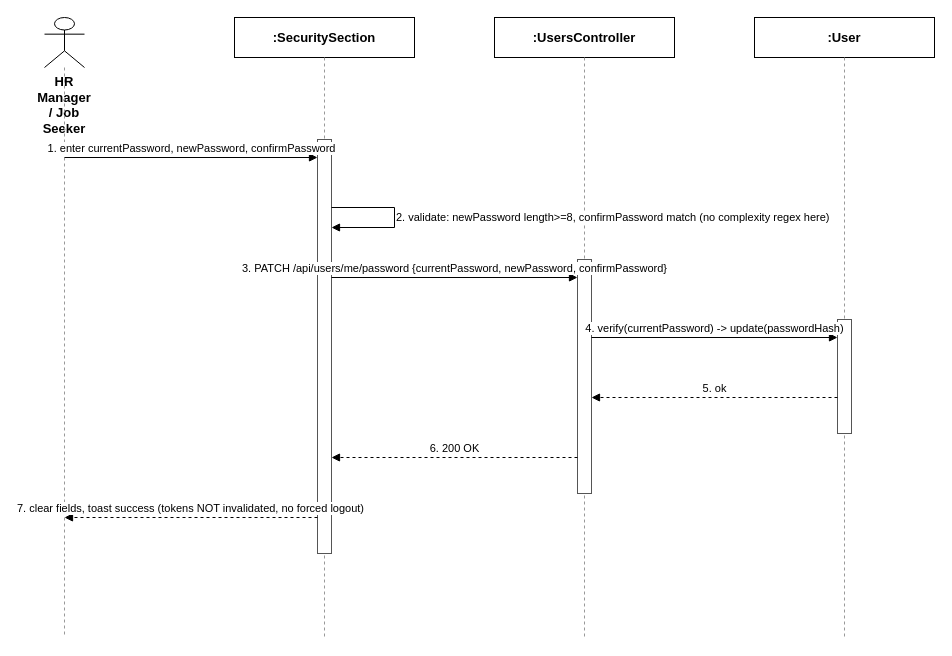
Earlier version of the draw.io diagram docs/qa/Hien_SequenceDiagram/3.2.3_Change_Password.drawio (tulklk/AI_Interview_Question_Generation_RAG_LLM_FE). Source tidied: cells renumbered, new cells numbered last; positions are measured from the earlier drawing's top-left corner, leaving out a move shared by most shapes. Both pictures are drawn from the tidied source at 100%, with x=0, y=0 at pixel (44, 17).
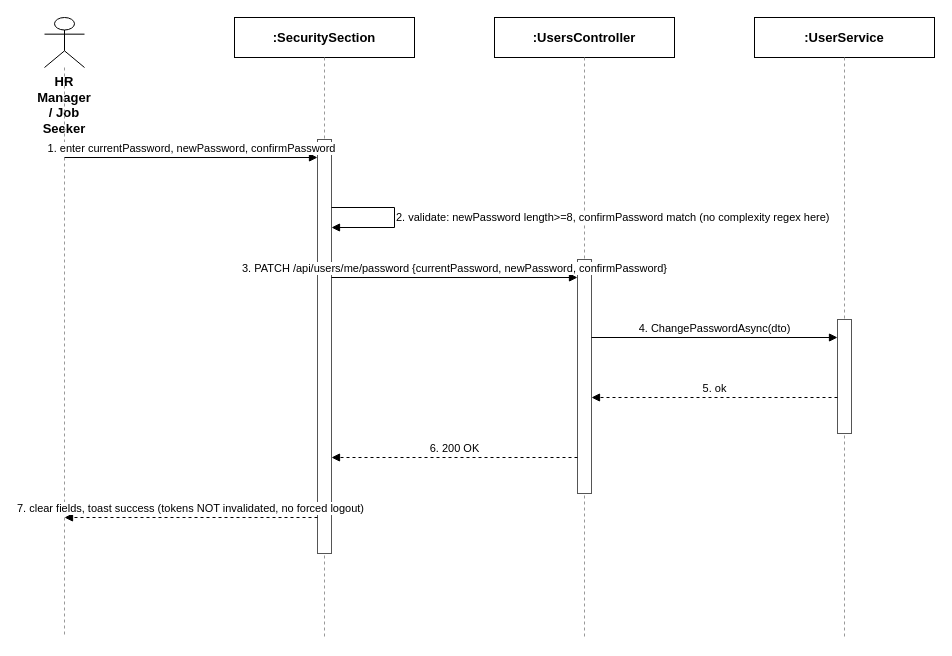
The same page after the edit.

Commit message (it also covers changes not shown here):
docs(qa): correct Profile, Admin User, and Company Management diagrams against real BE

Change to the diagram source:
```diff
@@
-    <mxCell id="8" value=":User" style="rounded=0;whiteSpace=wrap;html=1;fontSize=13;fillColor=#ffffff;strokeColor=#000000;fontStyle=1;" parent="1" vertex="1">
+    <mxCell id="8" value=":UserService" style="rounded=0;whiteSpace=wrap;html=1;fontSize=13;fillColor=#ffffff;strokeColor=#000000;fontStyle=1;" parent="1" vertex="1">
       <mxGeometry x="710" width="180" height="40" as="geometry" />
     </mxCell>
@@
-    <mxCell id="16" value="4. verify(currentPassword) -&gt; update(passwordHash)" style="endArrow=block;endFill=1;html=1;fontSize=11;align=center;verticalAlign=bottom;labelBackgroundColor=#ffffff;strokeColor=#000000;" parent="1" edge="1">
+    <mxCell id="16" value="4. ChangePasswordAsync(dto)" style="endArrow=block;endFill=1;html=1;fontSize=11;align=center;verticalAlign=bottom;labelBackgroundColor=#ffffff;strokeColor=#000000;" parent="1" edge="1">
       <mxGeometry relative="1" as="geometry">
         <mxPoint x="547" y="320" as="sourcePoint" />
         <mxPoint x="793" y="320" as="targetPoint" />
       </mxGeometry>
     </mxCell>
```
